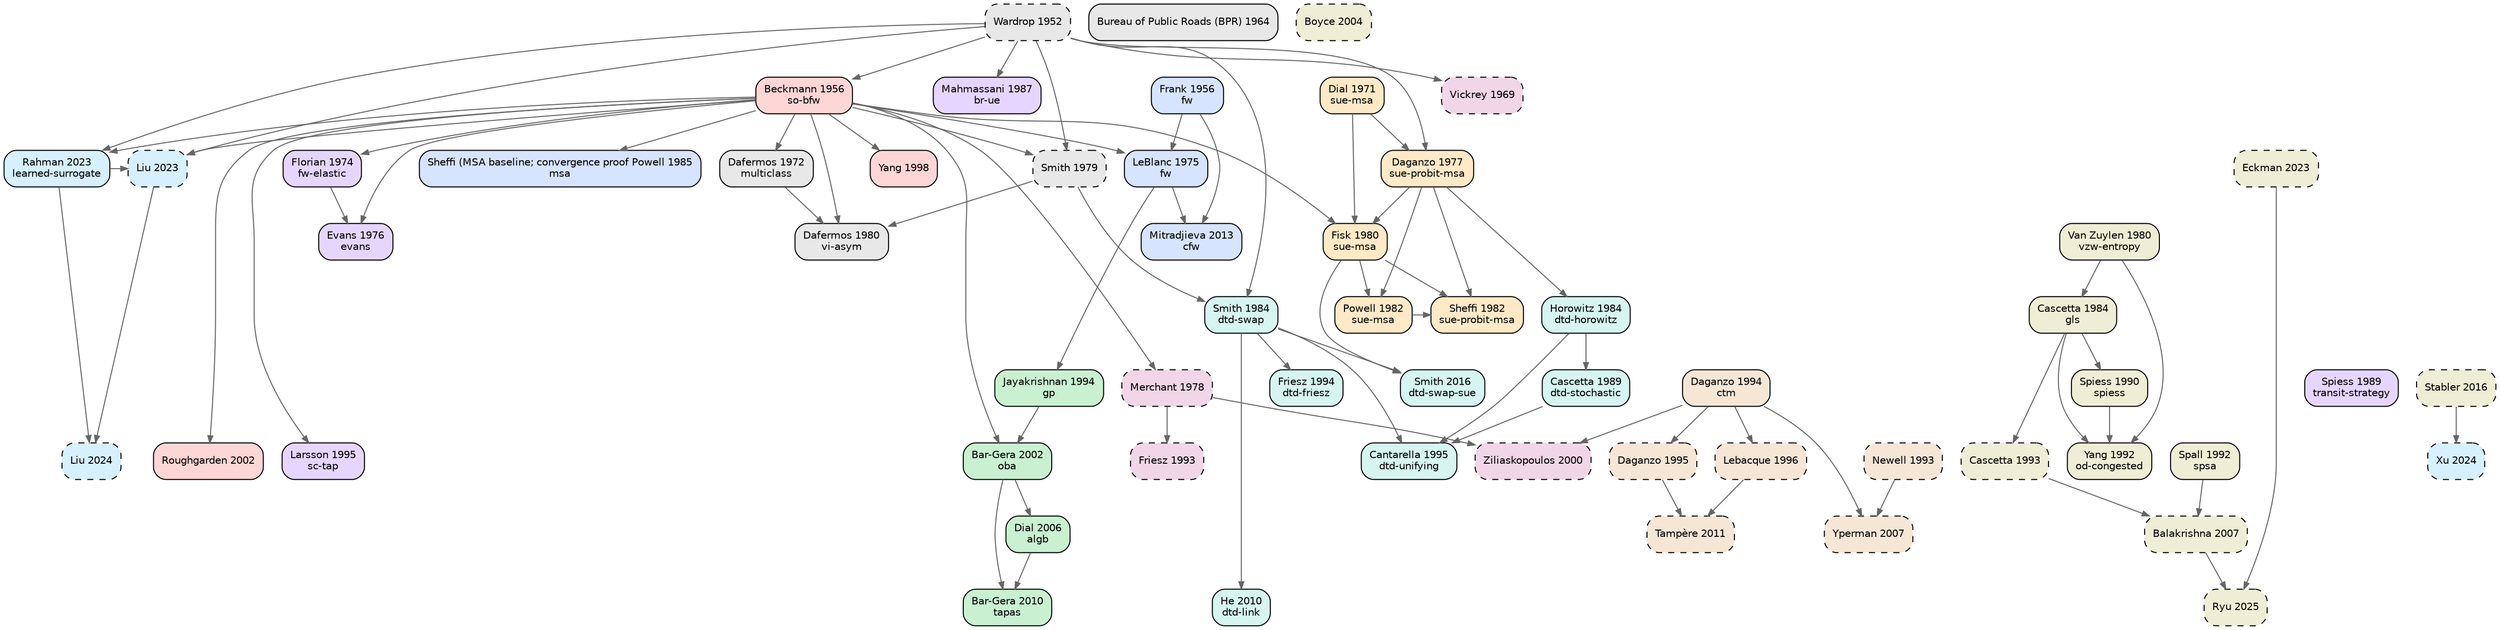
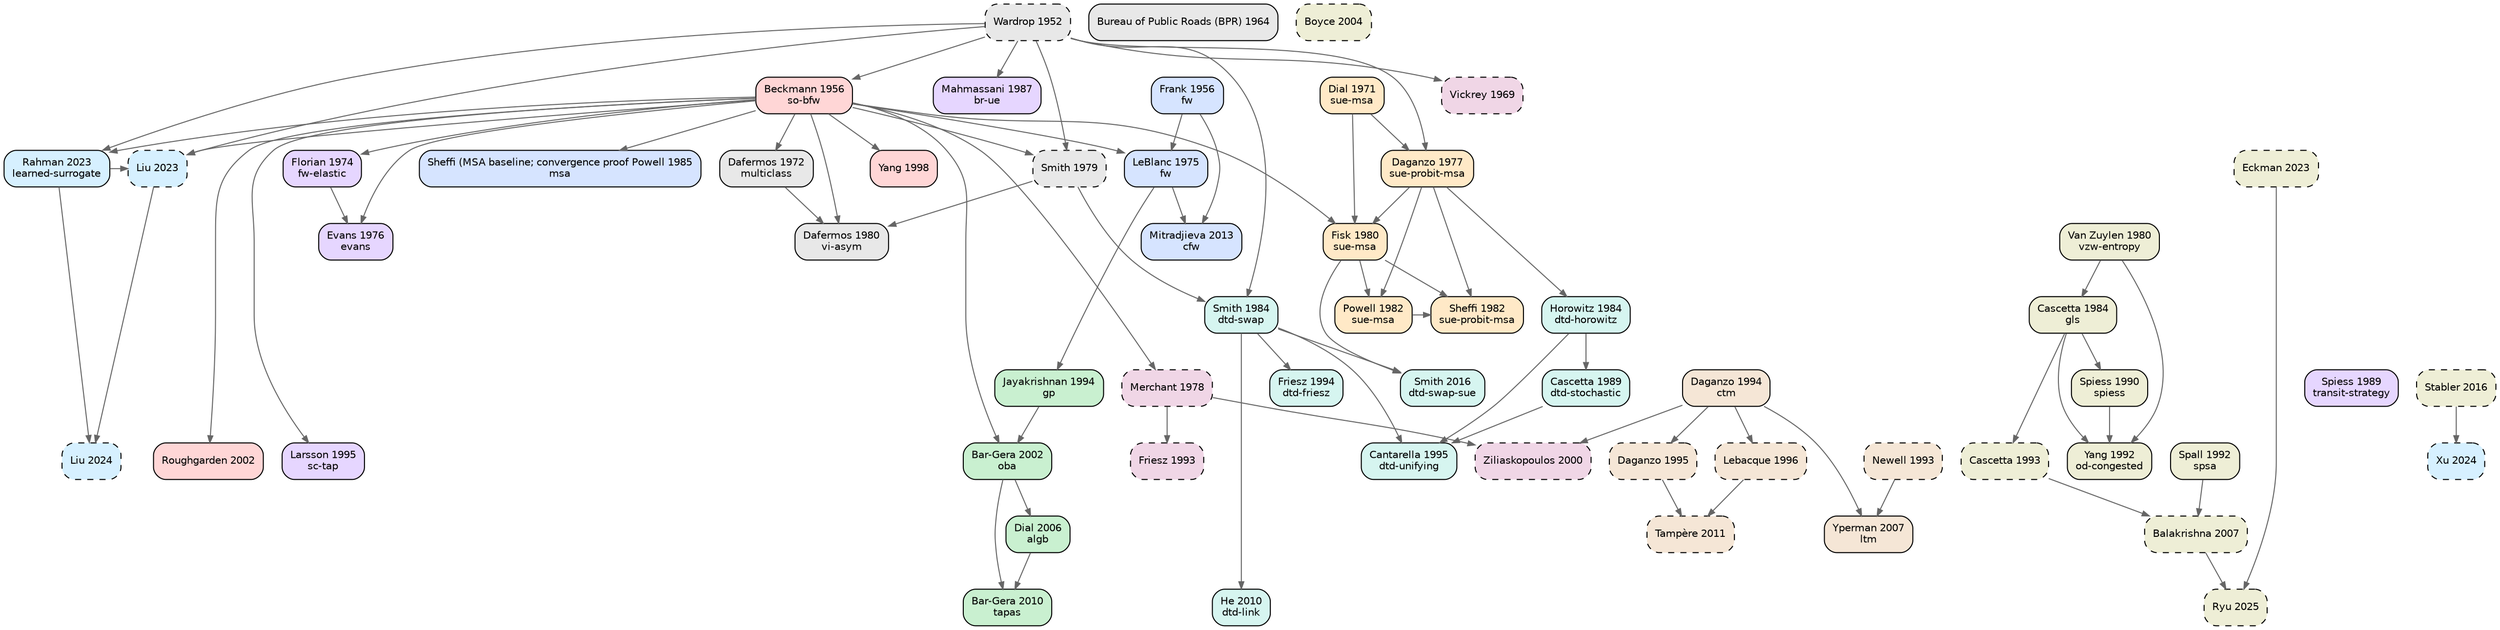
digraph TA_evolution {
  rankdir=TB; node [shape=box,style="rounded,filled",fontname="Helvetica",fontsize=10];
  edge [color="#666666",arrowsize=0.7];
  { rank=same; "wardrop1952some" }
  { rank=same; "frank1956algorithm" "beckmann1956studies" }
  { rank=same; "bpr1964traffic" }
  { rank=same; "vickrey1969congestion" }
  { rank=same; "dial1971probabilistic" }
  { rank=same; "dafermos1972traffic" }
  { rank=same; "florian1974method" }
  { rank=same; "leblanc1975efficient" }
  { rank=same; "evans1976derivation" }
  { rank=same; "daganzo1977stochastic" }
  { rank=same; "merchant1978model" }
  { rank=same; "smith1979existence" }
  { rank=same; "dafermos1980traffic" "fisk1980some" "vanzuylen1980most" }
  { rank=same; "powell1982convergence" "sheffi1982algorithm" }
  { rank=same; "horowitz1984stability" "smith1984stability" "cascetta1984estimation" }
  { rank=same; "sheffi1985urban" }
  { rank=same; "mahmassani1987on" }
  { rank=same; "spiess1989optimal" "cascetta1989stochastic" }
  { rank=same; "spiess1990gradient" }
  { rank=same; "spall1992multivariate" "yang1992estimation" }
  { rank=same; "newell1993simplified" "friesz1993variational" "cascetta1993dynamic" }
  { rank=same; "jayakrishnan1994faster" "friesz1994daytoday" "daganzo1994cell" }
  { rank=same; "larsson1995augmented" "cantarella1995dynamic" "daganzo1995cell" }
  { rank=same; "lebacque1996godunov" }
  { rank=same; "yang1998principle" }
  { rank=same; "ziliaskopoulos2000linear" }
  { rank=same; "bargera2002origin" "roughgarden2002how" }
  { rank=same; "boyce2004convergence" }
  { rank=same; "dial2006path" }
  { rank=same; "yperman2007link" "balakrishna2007offline" }
  { rank=same; "bargera2010traffic" "he2010linkbased" }
  { rank=same; "tampere2011generic" }
  { rank=same; "mitradjieva2013stiff" }
  { rank=same; "smith2016routeswapping" "stabler2016transportation" }
  { rank=same; "liu2023end" "rahman2023data" "eckman2023simopt" }
  { rank=same; "liu2024end" "xu2024unified" }
  { rank=same; "ryu2025bo4mob" }
  "wardrop1952some" [label="Wardrop 1952\n",fillcolor="#e8e8e8",style="rounded,filled,dashed"];
  "bpr1964traffic" [label="Bureau of Public Roads (BPR) 1964\n",fillcolor="#e8e8e8",style="rounded,filled"];
  "dafermos1972traffic" [label="Dafermos 1972\nmulticlass",fillcolor="#e8e8e8",style="rounded,filled"];
  "smith1979existence" [label="Smith 1979\n",fillcolor="#e8e8e8",style="rounded,filled,dashed"];
  "dafermos1980traffic" [label="Dafermos 1980\nvi-asym",fillcolor="#e8e8e8",style="rounded,filled"];
  "frank1956algorithm" [label="Frank 1956\nfw",fillcolor="#d6e4ff",style="rounded,filled"];
  "leblanc1975efficient" [label="LeBlanc 1975\nfw",fillcolor="#d6e4ff",style="rounded,filled"];
  "sheffi1985urban" [label="Sheffi (MSA baseline; convergence proof Powell 1985\nmsa",fillcolor="#d6e4ff",style="rounded,filled"];
  "mitradjieva2013stiff" [label="Mitradjieva 2013\ncfw",fillcolor="#d6e4ff",style="rounded,filled"];
  "jayakrishnan1994faster" [label="Jayakrishnan 1994\ngp",fillcolor="#c9f0d0",style="rounded,filled"];
  "bargera2002origin" [label="Bar-Gera 2002\noba",fillcolor="#c9f0d0",style="rounded,filled"];
  "dial2006path" [label="Dial 2006\nalgb",fillcolor="#c9f0d0",style="rounded,filled"];
  "bargera2010traffic" [label="Bar-Gera 2010\ntapas",fillcolor="#c9f0d0",style="rounded,filled"];
  "dial1971probabilistic" [label="Dial 1971\nsue-msa",fillcolor="#ffe9c7",style="rounded,filled"];
  "daganzo1977stochastic" [label="Daganzo 1977\nsue-probit-msa",fillcolor="#ffe9c7",style="rounded,filled"];
  "fisk1980some" [label="Fisk 1980\nsue-msa",fillcolor="#ffe9c7",style="rounded,filled"];
  "powell1982convergence" [label="Powell 1982\nsue-msa",fillcolor="#ffe9c7",style="rounded,filled"];
  "sheffi1982algorithm" [label="Sheffi 1982\nsue-probit-msa",fillcolor="#ffe9c7",style="rounded,filled"];
  "beckmann1956studies" [label="Beckmann 1956\nso-bfw",fillcolor="#ffd6d6",style="rounded,filled"];
  "yang1998principle" [label="Yang 1998\n",fillcolor="#ffd6d6",style="rounded,filled"];
  "roughgarden2002how" [label="Roughgarden 2002\n",fillcolor="#ffd6d6",style="rounded,filled"];
  "florian1974method" [label="Florian 1974\nfw-elastic",fillcolor="#e6d6ff",style="rounded,filled"];
  "evans1976derivation" [label="Evans 1976\nevans",fillcolor="#e6d6ff",style="rounded,filled"];
  "mahmassani1987on" [label="Mahmassani 1987\nbr-ue",fillcolor="#e6d6ff",style="rounded,filled"];
  "spiess1989optimal" [label="Spiess 1989\ntransit-strategy",fillcolor="#e6d6ff",style="rounded,filled"];
  "larsson1995augmented" [label="Larsson 1995\nsc-tap",fillcolor="#e6d6ff",style="rounded,filled"];
  "horowitz1984stability" [label="Horowitz 1984\ndtd-horowitz",fillcolor="#d6f5f0",style="rounded,filled"];
  "smith1984stability" [label="Smith 1984\ndtd-swap",fillcolor="#d6f5f0",style="rounded,filled"];
  "cascetta1989stochastic" [label="Cascetta 1989\ndtd-stochastic",fillcolor="#d6f5f0",style="rounded,filled"];
  "friesz1994daytoday" [label="Friesz 1994\ndtd-friesz",fillcolor="#d6f5f0",style="rounded,filled"];
  "cantarella1995dynamic" [label="Cantarella 1995\ndtd-unifying",fillcolor="#d6f5f0",style="rounded,filled"];
  "he2010linkbased" [label="He 2010\ndtd-link",fillcolor="#d6f5f0",style="rounded,filled"];
  "smith2016routeswapping" [label="Smith 2016\ndtd-swap-sue",fillcolor="#d6f5f0",style="rounded,filled"];
  "newell1993simplified" [label="Newell 1993\n",fillcolor="#f5e6d6",style="rounded,filled,dashed"];
  "daganzo1994cell" [label="Daganzo 1994\nctm",fillcolor="#f5e6d6",style="rounded,filled"];
  "daganzo1995cell" [label="Daganzo 1995\n",fillcolor="#f5e6d6",style="rounded,filled,dashed"];
  "lebacque1996godunov" [label="Lebacque 1996\n",fillcolor="#f5e6d6",style="rounded,filled,dashed"];
-   "yperman2007link" [label="Yperman 2007\n",fillcolor="#f5e6d6",style="rounded,filled,dashed"];
+   "yperman2007link" [label="Yperman 2007\nltm",fillcolor="#f5e6d6",style="rounded,filled"];
  "tampere2011generic" [label="Tampère 2011\n",fillcolor="#f5e6d6",style="rounded,filled,dashed"];
  "vickrey1969congestion" [label="Vickrey 1969\n",fillcolor="#f0d6e6",style="rounded,filled,dashed"];
  "merchant1978model" [label="Merchant 1978\n",fillcolor="#f0d6e6",style="rounded,filled,dashed"];
  "friesz1993variational" [label="Friesz 1993\n",fillcolor="#f0d6e6",style="rounded,filled,dashed"];
  "ziliaskopoulos2000linear" [label="Ziliaskopoulos 2000\n",fillcolor="#f0d6e6",style="rounded,filled,dashed"];
  "liu2023end" [label="Liu 2023\n",fillcolor="#d6f0ff",style="rounded,filled,dashed"];
  "rahman2023data" [label="Rahman 2023\nlearned-surrogate",fillcolor="#d6f0ff",style="rounded,filled"];
  "liu2024end" [label="Liu 2024\n",fillcolor="#d6f0ff",style="rounded,filled,dashed"];
  "xu2024unified" [label="Xu 2024\n",fillcolor="#d6f0ff",style="rounded,filled,dashed"];
  "vanzuylen1980most" [label="Van Zuylen 1980\nvzw-entropy",fillcolor="#eeeed6",style="rounded,filled"];
  "cascetta1984estimation" [label="Cascetta 1984\ngls",fillcolor="#eeeed6",style="rounded,filled"];
  "spiess1990gradient" [label="Spiess 1990\nspiess",fillcolor="#eeeed6",style="rounded,filled"];
  "spall1992multivariate" [label="Spall 1992\nspsa",fillcolor="#eeeed6",style="rounded,filled"];
  "yang1992estimation" [label="Yang 1992\nod-congested",fillcolor="#eeeed6",style="rounded,filled"];
  "cascetta1993dynamic" [label="Cascetta 1993\n",fillcolor="#eeeed6",style="rounded,filled,dashed"];
  "boyce2004convergence" [label="Boyce 2004\n",fillcolor="#eeeed6",style="rounded,filled,dashed"];
  "balakrishna2007offline" [label="Balakrishna 2007\n",fillcolor="#eeeed6",style="rounded,filled,dashed"];
  "stabler2016transportation" [label="Stabler 2016\n",fillcolor="#eeeed6",style="rounded,filled,dashed"];
  "eckman2023simopt" [label="Eckman 2023\n",fillcolor="#eeeed6",style="rounded,filled,dashed"];
  "ryu2025bo4mob" [label="Ryu 2025\n",fillcolor="#eeeed6",style="rounded,filled,dashed"];
  "beckmann1956studies" -> "dafermos1972traffic";
  "wardrop1952some" -> "smith1979existence";
  "beckmann1956studies" -> "smith1979existence";
  "smith1979existence" -> "dafermos1980traffic";
  "beckmann1956studies" -> "dafermos1980traffic";
  "dafermos1972traffic" -> "dafermos1980traffic";
  "frank1956algorithm" -> "leblanc1975efficient";
  "beckmann1956studies" -> "leblanc1975efficient";
  "beckmann1956studies" -> "sheffi1985urban";
  "leblanc1975efficient" -> "mitradjieva2013stiff";
  "frank1956algorithm" -> "mitradjieva2013stiff";
  "leblanc1975efficient" -> "jayakrishnan1994faster";
  "jayakrishnan1994faster" -> "bargera2002origin";
  "beckmann1956studies" -> "bargera2002origin";
  "bargera2002origin" -> "dial2006path";
  "dial2006path" -> "bargera2010traffic";
  "bargera2002origin" -> "bargera2010traffic";
  "dial1971probabilistic" -> "daganzo1977stochastic";
  "wardrop1952some" -> "daganzo1977stochastic";
  "daganzo1977stochastic" -> "fisk1980some";
  "dial1971probabilistic" -> "fisk1980some";
  "beckmann1956studies" -> "fisk1980some";
  "fisk1980some" -> "powell1982convergence";
  "daganzo1977stochastic" -> "powell1982convergence";
  "daganzo1977stochastic" -> "sheffi1982algorithm";
  "powell1982convergence" -> "sheffi1982algorithm";
  "fisk1980some" -> "sheffi1982algorithm";
  "wardrop1952some" -> "beckmann1956studies";
  "beckmann1956studies" -> "yang1998principle";
  "beckmann1956studies" -> "roughgarden2002how";
  "beckmann1956studies" -> "florian1974method";
  "beckmann1956studies" -> "evans1976derivation";
  "florian1974method" -> "evans1976derivation";
  "wardrop1952some" -> "mahmassani1987on";
  "beckmann1956studies" -> "larsson1995augmented";
  "daganzo1977stochastic" -> "horowitz1984stability";
  "smith1979existence" -> "smith1984stability";
  "wardrop1952some" -> "smith1984stability";
  "horowitz1984stability" -> "cascetta1989stochastic";
  "smith1984stability" -> "friesz1994daytoday";
  "cascetta1989stochastic" -> "cantarella1995dynamic";
  "smith1984stability" -> "cantarella1995dynamic";
  "horowitz1984stability" -> "cantarella1995dynamic";
  "smith1984stability" -> "he2010linkbased";
  "smith1984stability" -> "smith2016routeswapping";
  "fisk1980some" -> "smith2016routeswapping";
  "daganzo1994cell" -> "daganzo1995cell";
  "daganzo1994cell" -> "lebacque1996godunov";
  "newell1993simplified" -> "yperman2007link";
  "daganzo1994cell" -> "yperman2007link";
  "daganzo1995cell" -> "tampere2011generic";
  "lebacque1996godunov" -> "tampere2011generic";
  "wardrop1952some" -> "vickrey1969congestion";
  "beckmann1956studies" -> "merchant1978model";
  "merchant1978model" -> "friesz1993variational";
  "merchant1978model" -> "ziliaskopoulos2000linear";
  "daganzo1994cell" -> "ziliaskopoulos2000linear";
  "rahman2023data" -> "liu2023end";
  "beckmann1956studies" -> "liu2023end";
  "wardrop1952some" -> "liu2023end";
  "wardrop1952some" -> "rahman2023data";
  "beckmann1956studies" -> "rahman2023data";
  "rahman2023data" -> "liu2024end";
  "liu2023end" -> "liu2024end";
  "stabler2016transportation" -> "xu2024unified";
  "vanzuylen1980most" -> "cascetta1984estimation";
  "cascetta1984estimation" -> "spiess1990gradient";
  "cascetta1984estimation" -> "yang1992estimation";
  "spiess1990gradient" -> "yang1992estimation";
  "vanzuylen1980most" -> "yang1992estimation";
  "cascetta1984estimation" -> "cascetta1993dynamic";
  "spall1992multivariate" -> "balakrishna2007offline";
  "cascetta1993dynamic" -> "balakrishna2007offline";
  "eckman2023simopt" -> "ryu2025bo4mob";
  "balakrishna2007offline" -> "ryu2025bo4mob";
}
